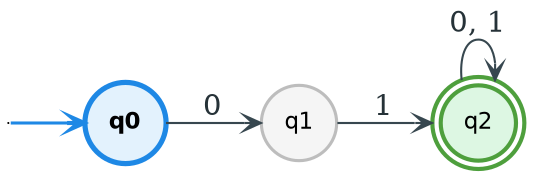
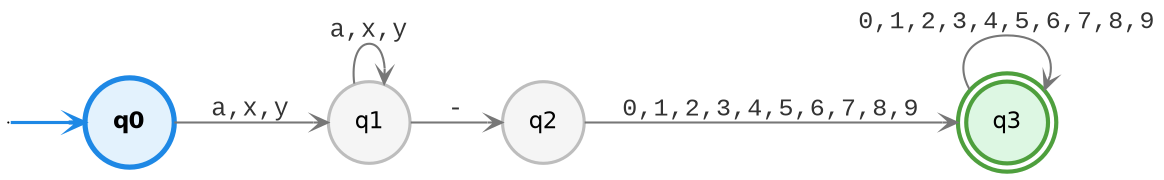
digraph G {
  rankdir=LR;
  size="8,5";
-   node [fontname="Helvetica", fontsize=11];
-   edge [arrowsize=0.8, arrowhead=vee];
+   node [fontname="Helvetica", fontsize=11, margin=0.1];
+   edge [arrowsize=0.7, arrowhead=vee, fontname="Courier New", fontsize=12, fontcolor="#333333", color="#777777"];
  qi [shape=point, width=0];
  "q0" [shape=circle, style=filled, fillcolor="#E3F2FD", color="#1E88E5", penwidth=2.5, fontname="Helvetica-Bold"];
-   "q1" [shape=circle, style=filled, fillcolor="#F5F5F5", color="#BDBDBD", penwidth=1.5, fontname="Helvetica"];
-   "q2" [shape=doublecircle, style=filled, fillcolor="#DDF7E3", color="#4E9F3D", penwidth=2, fontname="Helvetica"];
+   "q1" [shape=circle, style=filled, fillcolor="#F5F5F5", color="#BDBDBD", penwidth=1.5];
+   "q2" [shape=circle, style=filled, fillcolor="#F5F5F5", color="#BDBDBD", penwidth=1.5];
+   "q3" [shape=doublecircle, style=filled, fillcolor="#DDF7E3", color="#4E9F3D", penwidth=2];

  qi -> "q0" [color="#1E88E5", penwidth=1.5];
-   "q0" -> "q1" [label="0", color="#37474F", fontcolor="#263238"];
-   "q1" -> "q2" [label="1", color="#37474F", fontcolor="#263238"];
-   "q2" -> "q2" [label="0, 1", color="#37474F", fontcolor="#263238"];
+   "q0" -> "q1" [label="a,x,y"];
+   "q1" -> "q1" [label="a,x,y"];
+   "q1" -> "q2" [label="-"];
+   "q2" -> "q3" [label="0,1,2,3,4,5,6,7,8,9"];
+   "q3" -> "q3" [label="0,1,2,3,4,5,6,7,8,9"];
}
